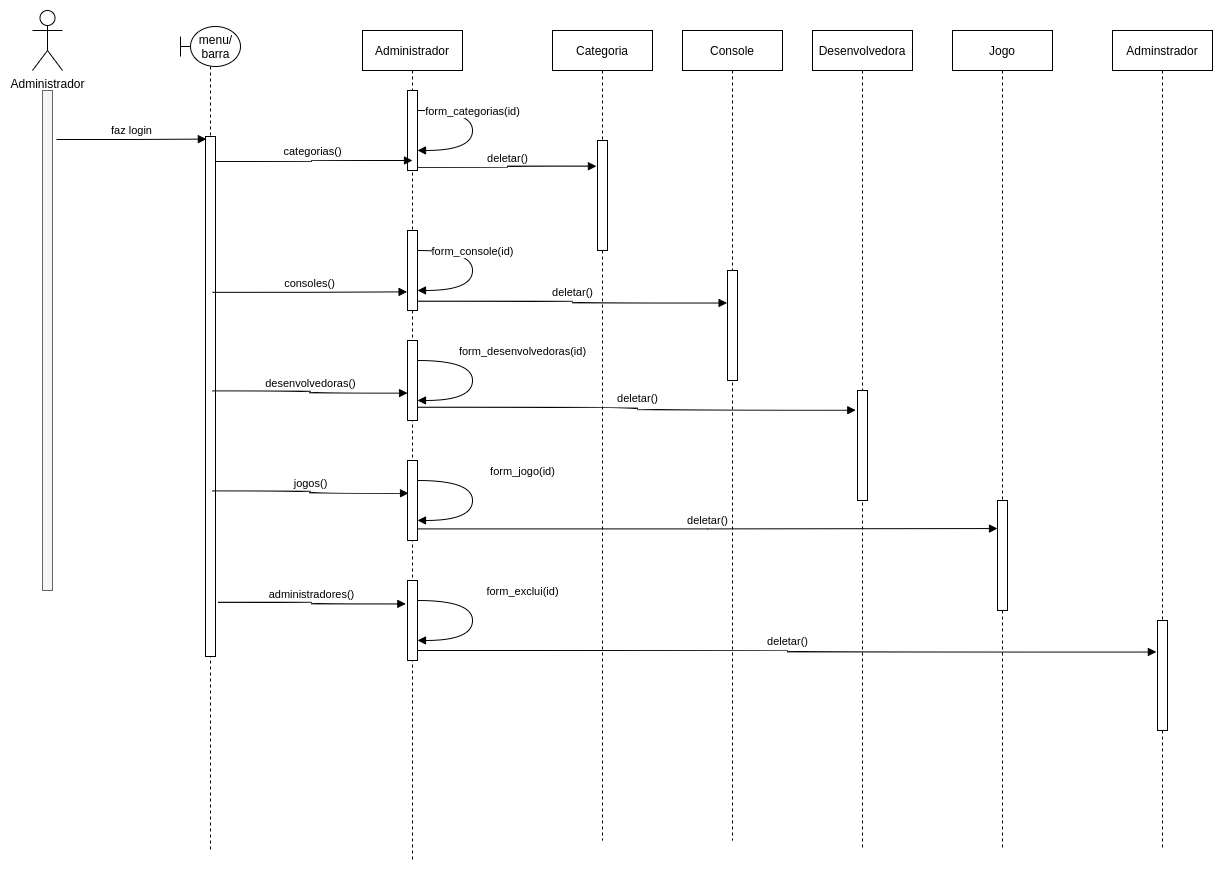
Above: docs/Diagramas/Diagrama-Sequência/Sequencia Usuario-Admin-deletar.drawio.png in joaopaulo7/GCC188-Projeto-Final (draw.io), before the change. Source tidied: cells renumbered, new cells last; positions are measured from the earlier drawing's top-left corner, leaving out a move shared by most shapes.
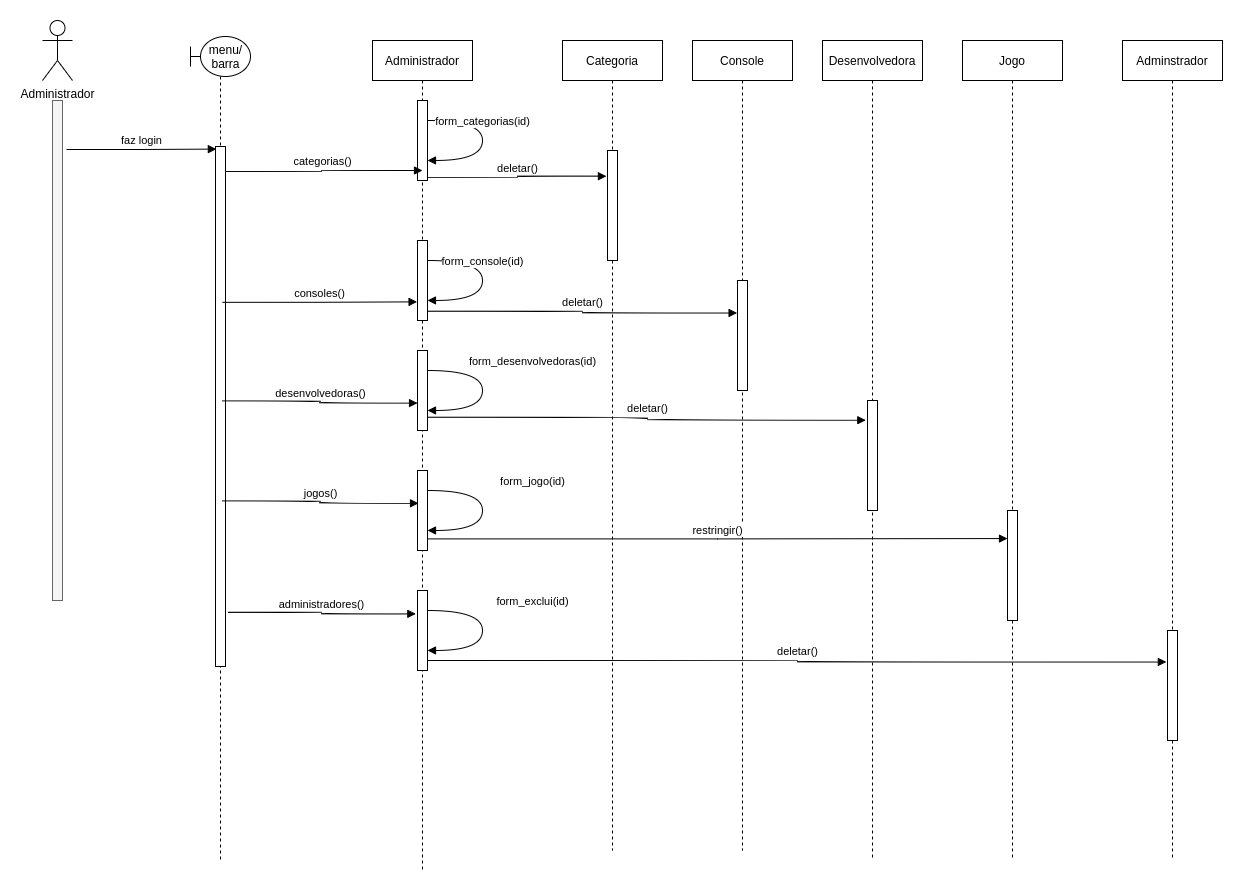
The same file after the commit.

What changed in the source:
```diff
@@ -41,7 +41,7 @@
     <mxCell id="14" style="html=1;points=[];perimeter=orthogonalPerimeter;" parent="13" vertex="1">
       <mxGeometry x="45" y="590" width="10" height="110" as="geometry" />
     </mxCell>
-    <mxCell id="15" value="deletar()" style="html=1;verticalAlign=bottom;endArrow=block;edgeStyle=orthogonalEdgeStyle;curved=1;entryX=0;entryY=0.255;entryDx=0;entryDy=0;entryPerimeter=0;exitX=0.96;exitY=0.855;exitDx=0;exitDy=0;exitPerimeter=0;" parent="1" edge="1" source="19" target="12">
+    <mxCell id="15" value="restringir()" style="html=1;verticalAlign=bottom;endArrow=block;edgeStyle=orthogonalEdgeStyle;curved=1;entryX=0;entryY=0.255;entryDx=0;entryDy=0;entryPerimeter=0;exitX=0.96;exitY=0.855;exitDx=0;exitDy=0;exitPerimeter=0;" parent="1" edge="1" source="19" target="12">
       <mxGeometry relative="1" as="geometry" />
     </mxCell>
     <mxCell id="16" value="deletar()" style="html=1;verticalAlign=bottom;endArrow=block;edgeStyle=orthogonalEdgeStyle;curved=1;entryX=-0.114;entryY=0.286;entryDx=0;entryDy=0;entryPerimeter=0;exitX=0.96;exitY=0.875;exitDx=0;exitDy=0;exitPerimeter=0;" parent="1" edge="1" source="18" target="14">
```
